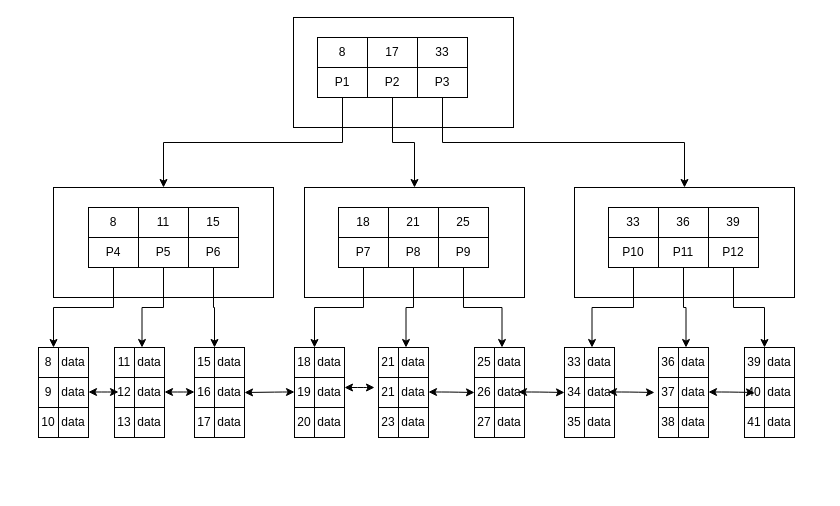
Before: Innodb索引结构.drawio in nieosoros/testgit, a draw.io diagram. Source tidied: cells renumbered, new cells numbered last; positions are measured from the earlier drawing's top-left corner, leaving out a move shared by most shapes. Both pictures are drawn from the tidied source at 100%, with x=0, y=0 at pixel (38, 17).
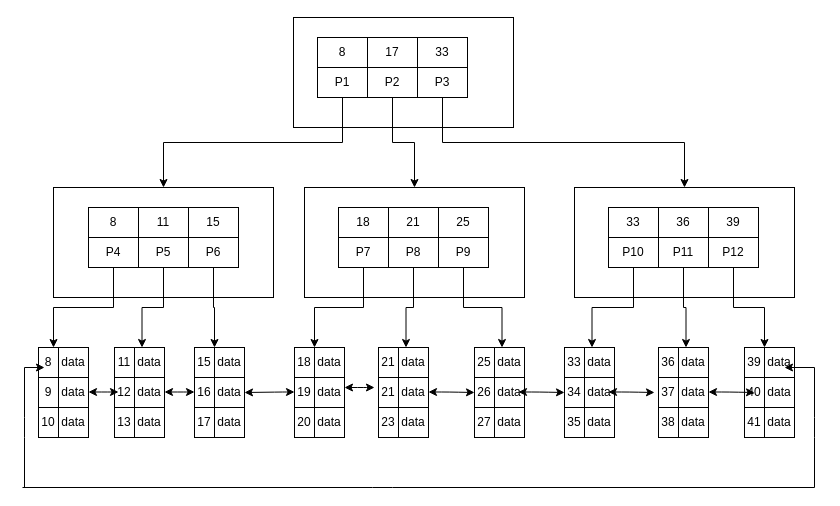
The same page after the edit.

Commit message (it also covers changes not shown here):
更新Innodb索引结构.drawio

What changed in the source:
```diff
@@
+    <mxCell id="104" style="endArrow=none;html=1;" parent="1" edge="1">
+      <mxGeometry relative="1" as="geometry">
+        <mxPoint x="-16" y="470" as="sourcePoint" />
+        <mxPoint x="776" y="470" as="targetPoint" />
+        <Array as="points">
+          <mxPoint x="344" y="470" />
+        </Array>
+      </mxGeometry>
+    </mxCell>
+    <mxCell id="105" style="endArrow=none;html=1;" parent="1" edge="1">
+      <mxGeometry relative="1" as="geometry">
+        <mxPoint x="776" y="470" as="sourcePoint" />
+        <mxPoint x="776" y="350" as="targetPoint" />
+        <Array as="points">
+          <mxPoint x="776" y="410" />
+        </Array>
+      </mxGeometry>
+    </mxCell>
+    <mxCell id="106" style="endArrow=none;html=1;" parent="1" edge="1">
+      <mxGeometry relative="1" as="geometry">
+        <mxPoint x="-14" y="470" as="sourcePoint" />
+        <mxPoint x="-14" y="350" as="targetPoint" />
+        <Array as="points">
+          <mxPoint x="-14" y="410" />
+        </Array>
+      </mxGeometry>
+    </mxCell>
+    <mxCell id="107" style="endArrow=classic;html=1;" parent="1" edge="1">
+      <mxGeometry relative="1" as="geometry">
+        <mxPoint x="-14" y="350" as="sourcePoint" />
+        <mxPoint x="6" y="350" as="targetPoint" />
+      </mxGeometry>
+    </mxCell>
+    <mxCell id="108" style="endArrow=classic;html=1;" parent="1" edge="1">
+      <mxGeometry relative="1" as="geometry">
+        <mxPoint x="776" y="350" as="sourcePoint" />
+        <mxPoint x="746" y="350" as="targetPoint" />
+      </mxGeometry>
+    </mxCell>
```
